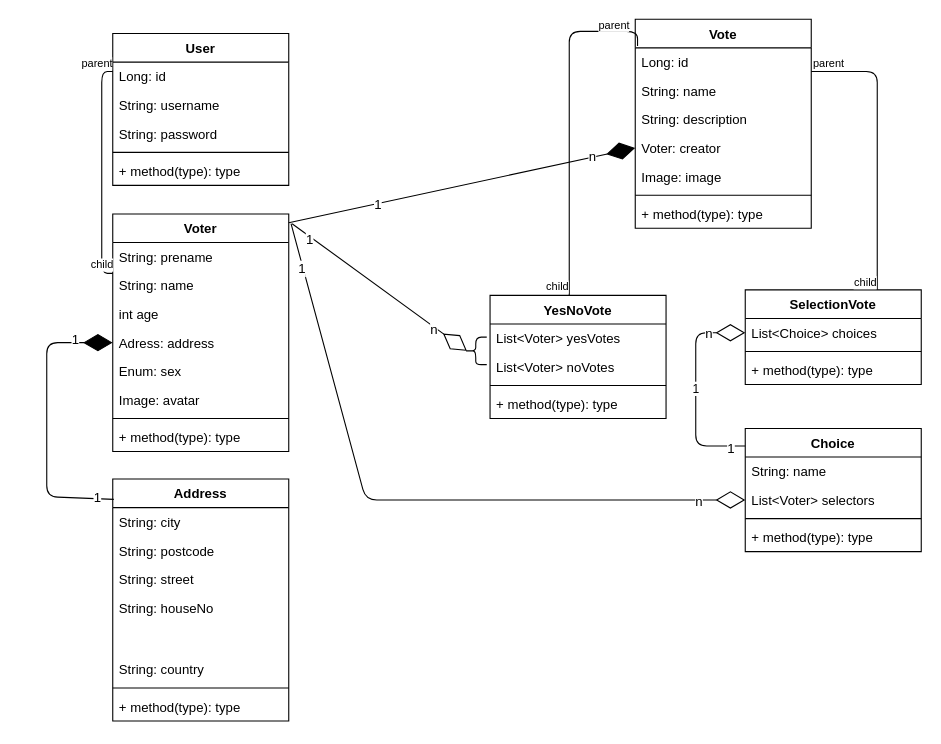
The draw.io diagram class-diagram.drawio in CodeWithFriendsKa/verteilte-systeme-vote-doku, before the edit. Source tidied: cells renumbered, new cells numbered last; positions are measured from the earlier drawing's top-left corner, leaving out a move shared by most shapes. Both pictures are drawn from the tidied source at 110%, with x=0, y=0 at pixel (46, 19).
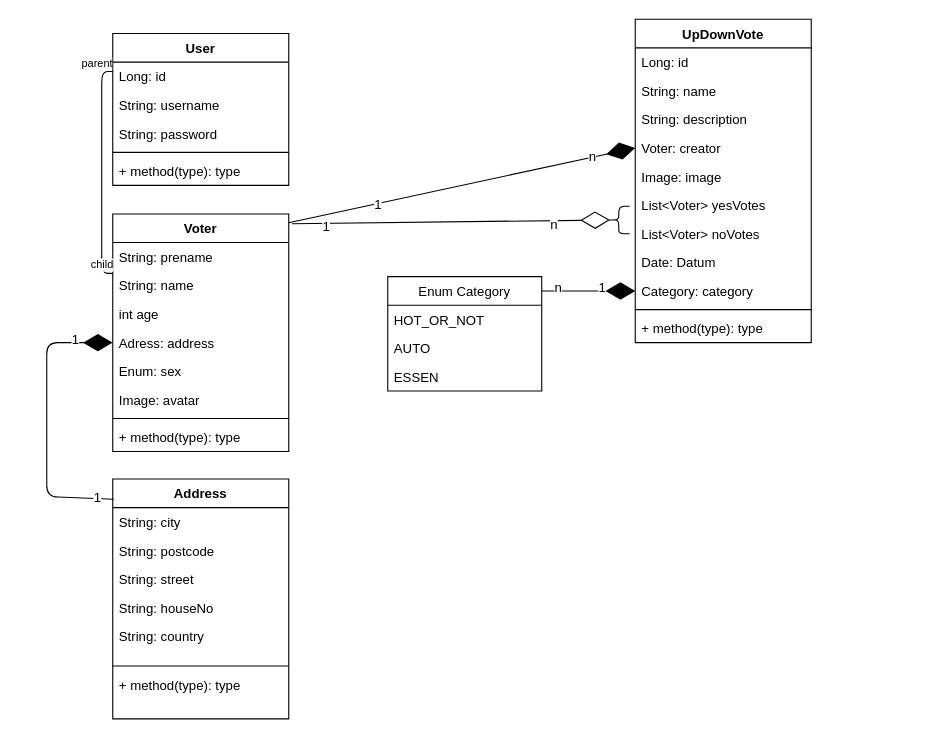
The same page after the edit.

Unchanged cells that the change refers to:
```xml
<mxCell id="8" value="Voter&#10;" style="swimlane;fontStyle=1;align=center;verticalAlign=top;horizontal=1;startSize=26;" parent="1" vertex="1">
  <mxGeometry x="60" y="177" width="160" height="216" as="geometry" />
</mxCell>
```

The edit, as a diff of the source:
```diff
@@
-    <mxCell id="17" value="Vote" style="swimlane;fontStyle=1;align=center;verticalAlign=top;horizontal=1;startSize=26;" parent="1" vertex="1">
-      <mxGeometry x="535" width="160" height="190" as="geometry" />
+    <mxCell id="17" value="UpDownVote" style="swimlane;fontStyle=1;align=center;verticalAlign=top;horizontal=1;startSize=26;" parent="1" vertex="1">
+      <mxGeometry x="535" width="160" height="294" as="geometry" />
     </mxCell>
@@
+    <mxCell id="50" value="List&lt;Voter&gt; yesVotes" style="text;strokeColor=none;fillColor=none;align=left;verticalAlign=top;spacingLeft=4;spacingRight=4;overflow=hidden;" parent="17" vertex="1">
+      <mxGeometry y="156" width="160" height="26" as="geometry" />
+    </mxCell>
+    <mxCell id="51" value="List&lt;Voter&gt; noVotes" style="text;strokeColor=none;fillColor=none;align=left;verticalAlign=top;spacingLeft=4;spacingRight=4;overflow=hidden;" parent="17" vertex="1">
+      <mxGeometry y="182" width="160" height="26" as="geometry" />
+    </mxCell>
+    <mxCell id="72" value="Date: Datum" style="text;strokeColor=none;fillColor=none;align=left;verticalAlign=top;spacingLeft=4;spacingRight=4;overflow=hidden;" parent="17" vertex="1">
+      <mxGeometry y="208" width="160" height="26" as="geometry" />
+    </mxCell>
+    <mxCell id="73" value="Category: category" style="text;strokeColor=none;fillColor=none;align=left;verticalAlign=top;spacingLeft=4;spacingRight=4;overflow=hidden;points=[[0,0.5],[1,0.5]];portConstraint=eastwest;" parent="17" vertex="1">
+      <mxGeometry y="234" width="160" height="26" as="geometry" />
+    </mxCell>
     <mxCell id="23" style="line;strokeWidth=1;fillColor=none;align=left;verticalAlign=middle;spacingTop=-1;spacingLeft=3;spacingRight=3;labelPosition=right;" parent="17" vertex="1">
-      <mxGeometry y="156" width="160" height="8" as="geometry" />
+      <mxGeometry y="260" width="160" height="8" as="geometry" />
     </mxCell>
     <mxCell id="24" value="+ method(type): type" style="text;strokeColor=none;fillColor=none;align=left;verticalAlign=top;spacingLeft=4;spacingRight=4;overflow=hidden;" parent="17" vertex="1">
-      <mxGeometry y="164" width="160" height="26" as="geometry" />
+      <mxGeometry y="268" width="160" height="26" as="geometry" />
     </mxCell>
-    <mxCell id="25" value="SelectionVote" style="swimlane;fontStyle=1;align=center;verticalAlign=top;horizontal=1;startSize=26;" parent="1" vertex="1">
-      <mxGeometry x="635" y="246" width="160" height="86" as="geometry" />
-    </mxCell>
-    <mxCell id="26" value="List&lt;Choice&gt; choices" style="text;strokeColor=none;fillColor=none;align=left;verticalAlign=top;spacingLeft=4;spacingRight=4;overflow=hidden;points=[[0,0.5],[1,0.5]];portConstraint=eastwest;" parent="25" vertex="1">
-      <mxGeometry y="26" width="160" height="26" as="geometry" />
-    </mxCell>
-    <mxCell id="27" style="line;strokeWidth=1;fillColor=none;align=left;verticalAlign=middle;spacingTop=-1;spacingLeft=3;spacingRight=3;labelPosition=right;" parent="25" vertex="1">
-      <mxGeometry y="52" width="160" height="8" as="geometry" />
-    </mxCell>
-    <mxCell id="28" value="+ method(type): type" style="text;strokeColor=none;fillColor=none;align=left;verticalAlign=top;spacingLeft=4;spacingRight=4;overflow=hidden;" parent="25" vertex="1">
-      <mxGeometry y="60" width="160" height="26" as="geometry" />
-    </mxCell>
@@
-    <mxCell id="32" style="endArrow=none;html=1;edgeStyle=orthogonalEdgeStyle;exitX=0.013;exitY=0.128;exitDx=0;exitDy=0;exitPerimeter=0;" parent="1" edge="1" source="17" target="49">
-      <mxGeometry relative="1" as="geometry">
-        <Array as="points">
-          <mxPoint x="537" y="11" />
-          <mxPoint x="475" y="11" />
-        </Array>
-      </mxGeometry>
-    </mxCell>
-    <mxCell id="33" value="parent" style="html=1;align=left;verticalAlign=bottom;labelBackgroundColor=#ffffff;fontSize=10;" parent="32" vertex="1">
-      <mxGeometry x="-1" relative="1" as="geometry">
-        <mxPoint x="-37" y="-11" as="offset" />
-      </mxGeometry>
-    </mxCell>
-    <mxCell id="34" value="child" style="html=1;align=right;verticalAlign=bottom;labelBackgroundColor=#ffffff;fontSize=10;" parent="32" vertex="1">
-      <mxGeometry x="1" relative="1" as="geometry" />
-    </mxCell>
-    <mxCell id="35" style="endArrow=none;html=1;edgeStyle=orthogonalEdgeStyle;exitX=1;exitY=0.25;exitDx=0;exitDy=0;entryX=0.75;entryY=0;entryDx=0;entryDy=0;" parent="1" edge="1" source="17" target="25">
-      <mxGeometry relative="1" as="geometry" />
-    </mxCell>
-    <mxCell id="36" value="parent" style="html=1;align=left;verticalAlign=bottom;labelBackgroundColor=#ffffff;fontSize=10;" parent="35" vertex="1">
-      <mxGeometry x="-1" relative="1" as="geometry" />
-    </mxCell>
-    <mxCell id="37" value="child" style="html=1;align=right;verticalAlign=bottom;labelBackgroundColor=#ffffff;fontSize=10;" parent="35" vertex="1">
-      <mxGeometry x="1" relative="1" as="geometry" />
-    </mxCell>
     <mxCell id="38" value="Address" style="swimlane;fontStyle=1;align=center;verticalAlign=top;horizontal=1;startSize=26;" parent="1" vertex="1">
-      <mxGeometry x="60" y="418" width="160" height="220" as="geometry" />
+      <mxGeometry x="60" y="418" width="160" height="218" as="geometry" />
     </mxCell>
@@
     <mxCell id="42" value="String: houseNo&#10;&#10;&#10;&#10;" style="text;strokeColor=none;fillColor=none;align=left;verticalAlign=top;spacingLeft=4;spacingRight=4;overflow=hidden;" parent="38" vertex="1">
-      <mxGeometry y="104" width="160" height="56" as="geometry" />
+      <mxGeometry y="104" width="160" height="26" as="geometry" />
     </mxCell>
     <mxCell id="43" value="String: country " style="text;strokeColor=none;fillColor=none;align=left;verticalAlign=top;spacingLeft=4;spacingRight=4;overflow=hidden;" parent="38" vertex="1">
-      <mxGeometry y="160" width="160" height="26" as="geometry" />
+      <mxGeometry y="130" width="160" height="36" as="geometry" />
     </mxCell>
     <mxCell id="44" style="line;strokeWidth=1;fillColor=none;align=left;verticalAlign=middle;spacingTop=-1;spacingLeft=3;spacingRight=3;labelPosition=right;" parent="38" vertex="1">
-      <mxGeometry y="186" width="160" height="8" as="geometry" />
+      <mxGeometry y="166" width="160" height="8" as="geometry" />
     </mxCell>
     <mxCell id="45" value="+ method(type): type" style="text;strokeColor=none;fillColor=none;align=left;verticalAlign=top;spacingLeft=4;spacingRight=4;overflow=hidden;" parent="38" vertex="1">
-      <mxGeometry y="194" width="160" height="26" as="geometry" />
+      <mxGeometry y="174" width="160" height="44" as="geometry" />
     </mxCell>
@@
-    <mxCell id="49" value="YesNoVote" style="swimlane;fontStyle=1;align=center;verticalAlign=top;horizontal=1;startSize=26;" parent="1" vertex="1">
-      <mxGeometry x="403" y="251" width="160" height="112" as="geometry" />
-    </mxCell>
-    <mxCell id="50" value="List&lt;Voter&gt; yesVotes" style="text;strokeColor=none;fillColor=none;align=left;verticalAlign=top;spacingLeft=4;spacingRight=4;overflow=hidden;" parent="49" vertex="1">
-      <mxGeometry y="26" width="160" height="26" as="geometry" />
-    </mxCell>
-    <mxCell id="51" value="List&lt;Voter&gt; noVotes" style="text;strokeColor=none;fillColor=none;align=left;verticalAlign=top;spacingLeft=4;spacingRight=4;overflow=hidden;" parent="49" vertex="1">
-      <mxGeometry y="52" width="160" height="26" as="geometry" />
-    </mxCell>
-    <mxCell id="52" style="line;strokeWidth=1;fillColor=none;align=left;verticalAlign=middle;spacingTop=-1;spacingLeft=3;spacingRight=3;labelPosition=right;" parent="49" vertex="1">
-      <mxGeometry y="78" width="160" height="8" as="geometry" />
-    </mxCell>
-    <mxCell id="53" value="+ method(type): type" style="text;strokeColor=none;fillColor=none;align=left;verticalAlign=top;spacingLeft=4;spacingRight=4;overflow=hidden;" parent="49" vertex="1">
-      <mxGeometry y="86" width="160" height="26" as="geometry" />
-    </mxCell>
-    <mxCell id="54" value="Choice" style="swimlane;fontStyle=1;align=center;verticalAlign=top;horizontal=1;startSize=26;" parent="1" vertex="1">
-      <mxGeometry x="635" y="372" width="160" height="112" as="geometry" />
-    </mxCell>
-    <mxCell id="55" value="String: name&#10;" style="text;strokeColor=none;fillColor=none;align=left;verticalAlign=top;spacingLeft=4;spacingRight=4;overflow=hidden;" parent="54" vertex="1">
-      <mxGeometry y="26" width="160" height="26" as="geometry" />
-    </mxCell>
-    <mxCell id="56" value="List&lt;Voter&gt; selectors&#10;" style="text;strokeColor=none;fillColor=none;align=left;verticalAlign=top;spacingLeft=4;spacingRight=4;overflow=hidden;points=[[0,0.5],[1,0.5]];portConstraint=eastwest;" parent="54" vertex="1">
-      <mxGeometry y="52" width="160" height="26" as="geometry" />
-    </mxCell>
-    <mxCell id="57" style="line;strokeWidth=1;fillColor=none;align=left;verticalAlign=middle;spacingTop=-1;spacingLeft=3;spacingRight=3;labelPosition=right;" parent="54" vertex="1">
-      <mxGeometry y="78" width="160" height="8" as="geometry" />
-    </mxCell>
-    <mxCell id="58" value="+ method(type): type" style="text;strokeColor=none;fillColor=none;align=left;verticalAlign=top;spacingLeft=4;spacingRight=4;overflow=hidden;" parent="54" vertex="1">
-      <mxGeometry y="86" width="160" height="26" as="geometry" />
-    </mxCell>
-    <mxCell id="59" value="1" style="endArrow=diamondThin;endFill=0;endSize=24;html=1;entryX=0;entryY=0.5;entryDx=0;entryDy=0;exitX=0;exitY=0.143;exitDx=0;exitDy=0;exitPerimeter=0;" parent="1" edge="1" source="54" target="26">
-      <mxGeometry relative="1" as="geometry">
-        <Array as="points">
-          <mxPoint x="590" y="388" />
-          <mxPoint x="590" y="285" />
-        </Array>
-      </mxGeometry>
-    </mxCell>
-    <mxCell id="60" value="1" style="text;html=1;align=center;verticalAlign=middle;labelBackgroundColor=#ffffff;" parent="59" vertex="1">
-      <mxGeometry x="-0.87" y="2" relative="1" as="geometry" />
-    </mxCell>
-    <mxCell id="61" value="n" style="text;html=1;align=center;verticalAlign=middle;labelBackgroundColor=#ffffff;" parent="59" vertex="1">
-      <mxGeometry x="0.66" relative="1" as="geometry" />
-    </mxCell>
     <mxCell id="62" style="shape=curlyBracket;whiteSpace=wrap;html=1;rounded=1;" parent="1" vertex="1">
-      <mxGeometry x="380" y="289" width="20" height="25" as="geometry" />
+      <mxGeometry x="510" y="170" width="20" height="25" as="geometry" />
     </mxCell>
@@
-    <mxCell id="69" style="endArrow=diamondThin;endFill=0;endSize=24;html=1;entryX=0;entryY=0.5;entryDx=0;entryDy=0;exitX=1.013;exitY=0.041;exitDx=0;exitDy=0;exitPerimeter=0;" parent="1" edge="1" source="8" target="56">
-      <mxGeometry relative="1" as="geometry">
-        <Array as="points">
-          <mxPoint x="290" y="437" />
-        </Array>
-      </mxGeometry>
-    </mxCell>
-    <mxCell id="70" value="n" style="text;html=1;align=center;verticalAlign=middle;labelBackgroundColor=#ffffff;" parent="69" vertex="1">
-      <mxGeometry x="0.86" y="-1" relative="1" as="geometry" />
-    </mxCell>
-    <mxCell id="71" value="1" style="text;html=1;align=center;verticalAlign=middle;labelBackgroundColor=#ffffff;" parent="69" vertex="1">
-      <mxGeometry x="-0.86" y="-2" relative="1" as="geometry" />
-    </mxCell>
+    <mxCell id="74" value="Enum Category" style="swimlane;fontStyle=0;horizontal=1;startSize=26;fillColor=none;" parent="1" vertex="1">
+      <mxGeometry x="310" y="234" width="140" height="104" as="geometry" />
+    </mxCell>
+    <mxCell id="75" value="HOT_OR_NOT" style="text;strokeColor=none;fillColor=none;align=left;verticalAlign=top;spacingLeft=4;spacingRight=4;overflow=hidden;" parent="74" vertex="1">
+      <mxGeometry y="26" width="140" height="26" as="geometry" />
+    </mxCell>
+    <mxCell id="76" value="AUTO" style="text;strokeColor=none;fillColor=none;align=left;verticalAlign=top;spacingLeft=4;spacingRight=4;overflow=hidden;" parent="74" vertex="1">
+      <mxGeometry y="52" width="140" height="26" as="geometry" />
+    </mxCell>
+    <mxCell id="77" value="ESSEN" style="text;strokeColor=none;fillColor=none;align=left;verticalAlign=top;spacingLeft=4;spacingRight=4;overflow=hidden;" parent="74" vertex="1">
+      <mxGeometry y="78" width="140" height="26" as="geometry" />
+    </mxCell>
+    <mxCell id="78" style="endArrow=diamondThin;endFill=1;endSize=24;html=1;entryX=0;entryY=0.5;entryDx=0;entryDy=0;" parent="1" edge="1" target="73">
+      <mxGeometry relative="1" as="geometry">
+        <mxPoint x="450" y="247" as="sourcePoint" />
+      </mxGeometry>
+    </mxCell>
+    <mxCell id="79" value="1" style="text;html=1;align=center;verticalAlign=middle;labelBackgroundColor=#ffffff;" parent="78" vertex="1">
+      <mxGeometry x="0.27" y="4" relative="1" as="geometry" />
+    </mxCell>
+    <mxCell id="80" value="n" style="text;html=1;align=center;verticalAlign=middle;labelBackgroundColor=#ffffff;" parent="78" vertex="1">
+      <mxGeometry x="-0.67" y="4" relative="1" as="geometry" />
+    </mxCell>
```
